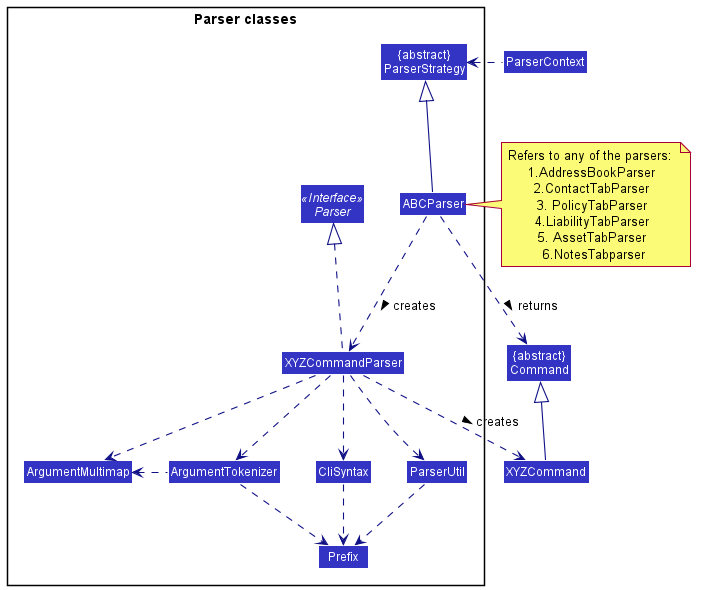
The PlantUML diagram docs/images/ParserClasses.png in sheehui/tp, before a commit.
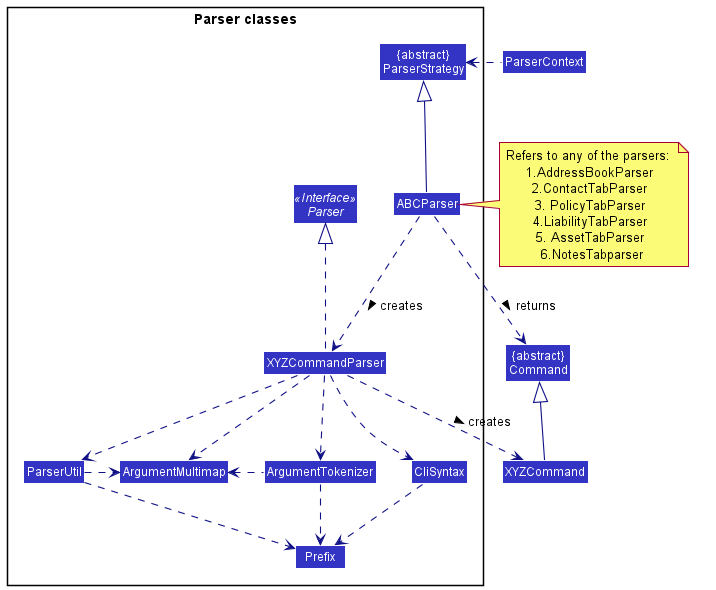
After the commit.

The edit, as a diff of the source:
```diff
@@ -37,6 +37,7 @@
 CliSyntax ..> Prefix
 XYZCommandParser ..> ParserUtil
 ParserUtil .down.> Prefix
+ParserUtil .right.> ArgumentMultimap
 ArgumentTokenizer .down.> Prefix
 XYZCommand -up-|> Command
 @enduml
```
